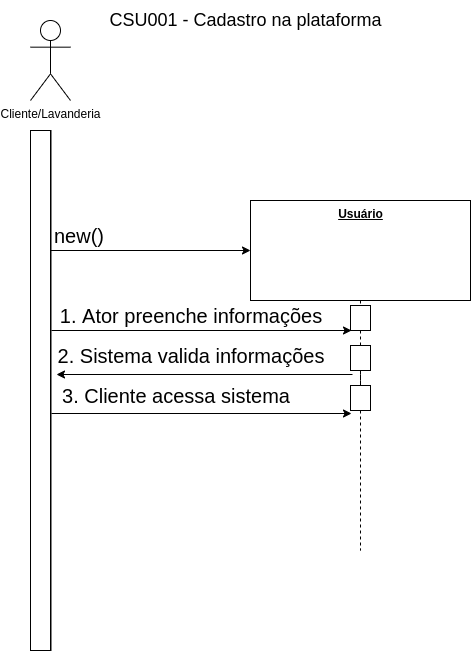
Above: resources/sequence_cadastro.png in MuriloGomesMunhoz/A-SClean (draw.io), before the change. Source tidied: cells renumbered, new cells last; positions are measured from the earlier drawing's top-left corner, leaving out a move shared by most shapes.
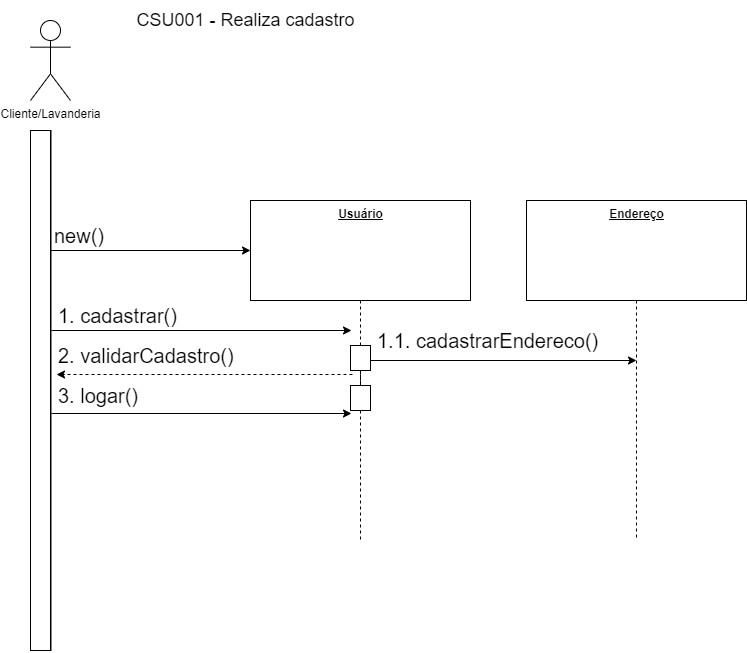
The same file after the commit.

The edit, as a diff of the source:
```diff
@@ -13,14 +13,14 @@
     </mxCell>
     <mxCell id="4" style="edgeStyle=orthogonalEdgeStyle;rounded=0;jettySize=auto;html=1;endArrow=none;endFill=0;dashed=1;startArrow=none;" parent="1" edge="1" source="20">
       <mxGeometry relative="1" as="geometry">
-        <mxPoint x="330" y="550" as="targetPoint" />
+        <mxPoint x="330" y="540" as="targetPoint" />
       </mxGeometry>
     </mxCell>
     <mxCell id="5" value="&lt;b&gt;&lt;u&gt;Usuário&lt;/u&gt;&lt;/b&gt;" style="html=1;verticalAlign=top;" parent="1" vertex="1">
       <mxGeometry x="220" y="200" width="220" height="100" as="geometry" />
     </mxCell>
-    <mxCell id="6" value="CSU001 - Cadastro na plataforma" style="text;html=1;align=center;verticalAlign=middle;strokeColor=none;fillColor=none;fontSize=18;" parent="1" vertex="1">
-      <mxGeometry x="65" width="300" height="40" as="geometry" />
+    <mxCell id="6" value="CSU001 - Realiza cadastro" style="text;html=1;align=center;verticalAlign=middle;strokeColor=none;fillColor=none;fontSize=18;" parent="1" vertex="1">
+      <mxGeometry x="95" width="240" height="40" as="geometry" />
     </mxCell>
     <mxCell id="7" style="endArrow=classic;html=1;rounded=0;fontSize=30;" parent="1" edge="1">
       <mxGeometry relative="1" as="geometry">
@@ -28,16 +28,16 @@
         <mxPoint x="321" y="330" as="targetPoint" />
       </mxGeometry>
     </mxCell>
-    <mxCell id="8" value="1. Ator preenche informações" style="text;html=1;strokeColor=none;fillColor=none;align=center;verticalAlign=middle;whiteSpace=wrap;rounded=0;fontSize=20;" parent="1" vertex="1">
+    <mxCell id="8" value="1. cadastrar()" style="text;html=1;strokeColor=none;fillColor=none;align=left;verticalAlign=middle;whiteSpace=wrap;rounded=0;fontSize=20;" parent="1" vertex="1">
       <mxGeometry x="26" y="300" width="270" height="30" as="geometry" />
     </mxCell>
-    <mxCell id="9" style="endArrow=classic;html=1;rounded=0;fontSize=30;" parent="1" edge="1">
+    <mxCell id="9" style="endArrow=classic;html=1;rounded=0;fontSize=30;dashed=1;" parent="1" edge="1">
       <mxGeometry relative="1" as="geometry">
         <mxPoint x="322" y="374" as="sourcePoint" />
         <mxPoint x="26" y="374" as="targetPoint" />
       </mxGeometry>
     </mxCell>
-    <mxCell id="10" value="2. Sistema valida informações" style="text;html=1;strokeColor=none;fillColor=none;align=center;verticalAlign=middle;whiteSpace=wrap;rounded=0;fontSize=20;" parent="1" vertex="1">
+    <mxCell id="10" value="2. validarCadastro()" style="text;html=1;strokeColor=none;fillColor=none;align=left;verticalAlign=middle;whiteSpace=wrap;rounded=0;fontSize=20;" parent="1" vertex="1">
       <mxGeometry x="26" y="340" width="270" height="30" as="geometry" />
     </mxCell>
     <mxCell id="11" style="endArrow=classic;html=1;rounded=0;fontSize=30;" parent="1" edge="1">
@@ -55,7 +55,7 @@
         <mxPoint x="321" y="413" as="targetPoint" />
       </mxGeometry>
     </mxCell>
-    <mxCell id="14" value="3. Cliente acessa sistema" style="text;html=1;strokeColor=none;fillColor=none;align=center;verticalAlign=middle;whiteSpace=wrap;rounded=0;fontSize=20;" parent="1" vertex="1">
+    <mxCell id="14" value="3. logar()" style="text;html=1;strokeColor=none;fillColor=none;align=left;verticalAlign=middle;whiteSpace=wrap;rounded=0;fontSize=20;" parent="1" vertex="1">
       <mxGeometry x="26" y="380" width="240" height="30" as="geometry" />
     </mxCell>
     <mxCell id="15" style="rounded=0;whiteSpace=wrap;html=1;" parent="1" vertex="1">
@@ -67,14 +67,28 @@
     <mxCell id="17" style="edgeStyle=orthogonalEdgeStyle;rounded=0;jettySize=auto;html=1;endArrow=none;endFill=0;dashed=1;startArrow=none;" parent="1" edge="1" source="19" target="20">
       <mxGeometry relative="1" as="geometry" />
     </mxCell>
-    <mxCell id="18" style="rounded=0;whiteSpace=wrap;html=1;" parent="1" vertex="1">
-      <mxGeometry x="320" y="305" width="20" height="25" as="geometry" />
-    </mxCell>
     <mxCell id="19" style="rounded=0;whiteSpace=wrap;html=1;" parent="1" vertex="1">
       <mxGeometry x="320" y="345" width="20" height="25" as="geometry" />
     </mxCell>
     <mxCell id="20" style="rounded=0;whiteSpace=wrap;html=1;" parent="1" vertex="1">
       <mxGeometry x="320" y="385" width="20" height="25" as="geometry" />
     </mxCell>
+    <mxCell id="21" value="&lt;b&gt;&lt;u&gt;Endereço&lt;/u&gt;&lt;/b&gt;" style="html=1;verticalAlign=top;" parent="1" vertex="1">
+      <mxGeometry x="496" y="200" width="220" height="100" as="geometry" />
+    </mxCell>
+    <mxCell id="22" style="edgeStyle=orthogonalEdgeStyle;rounded=0;jettySize=auto;html=1;endArrow=none;endFill=0;dashed=1;startArrow=none;exitX=0.5;exitY=1;exitDx=0;exitDy=0;" parent="1" edge="1" source="21">
+      <mxGeometry relative="1" as="geometry">
+        <mxPoint x="606" y="540" as="targetPoint" />
+      </mxGeometry>
+    </mxCell>
+    <mxCell id="23" style="endArrow=classic;html=1;rounded=0;fontSize=30;" parent="1" edge="1">
+      <mxGeometry relative="1" as="geometry">
+        <mxPoint x="340" y="360" as="sourcePoint" />
+        <mxPoint x="606" y="360" as="targetPoint" />
+      </mxGeometry>
+    </mxCell>
+    <mxCell id="24" value="1.1. cadastrarEndereco()" style="text;html=1;strokeColor=none;fillColor=none;align=left;verticalAlign=middle;whiteSpace=wrap;rounded=0;fontSize=20;" parent="1" vertex="1">
+      <mxGeometry x="345" y="330" width="251" height="20" as="geometry" />
+    </mxCell>
   </root>
 </mxGraphModel>
```
